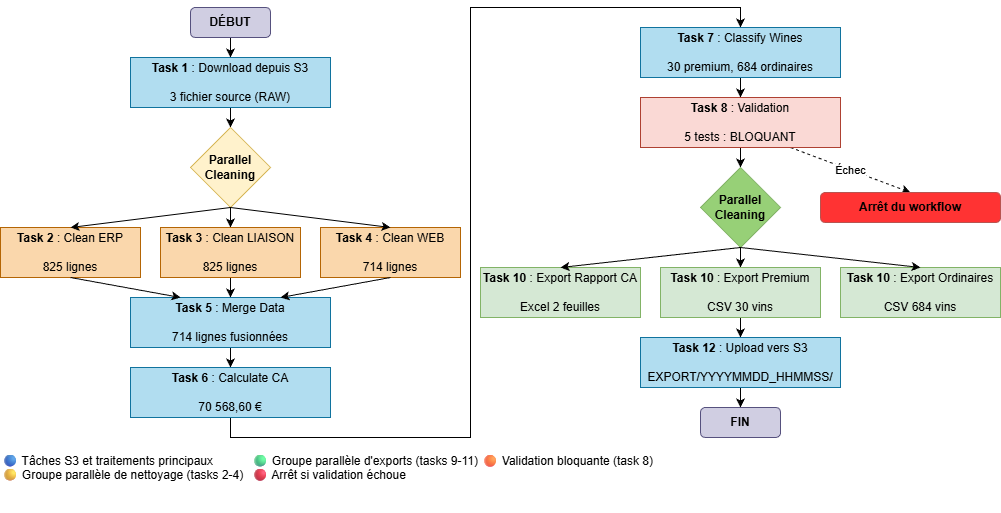
This is P10_Mettez_en_place_le_pipeline_d_orchestration_des_flux_aymeric_bailleul/_projet/_livrables/ABAI_P10_02_diagramme_flux_v3_20250116.png from merais/formation, a draw.io export, as it was before one commit. Source tidied: cells renumbered, new cells last; positions are measured from the earlier drawing's top-left corner, leaving out a move shared by most shapes.
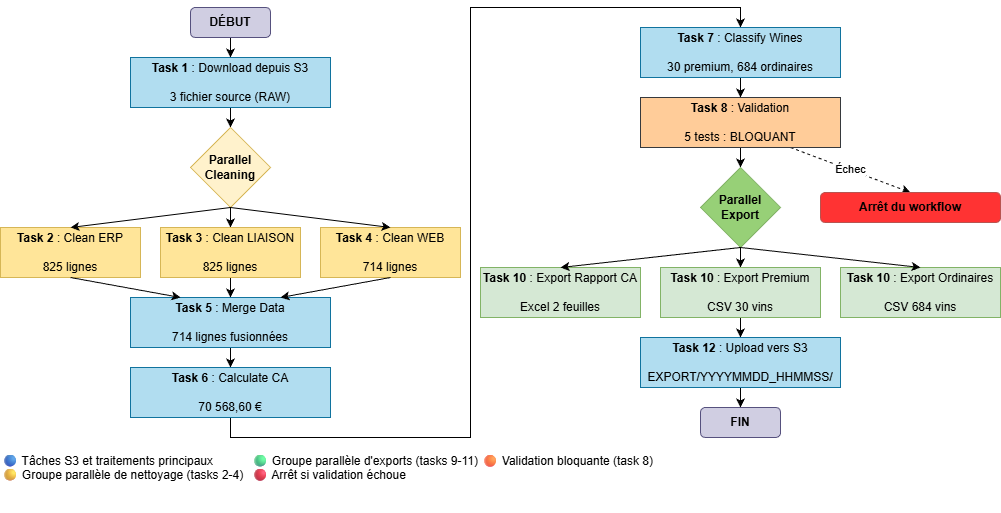
The same file after the commit.

What changed in the source:
```diff
@@ -20,16 +20,16 @@
     <mxCell id="7" value="Parallel&lt;div&gt;Cleaning&lt;/div&gt;" style="rhombus;whiteSpace=wrap;html=1;fillColor=#fff2cc;gradientColor=none;strokeColor=#d6b656;fontStyle=1;" parent="1" vertex="1">
       <mxGeometry x="190" y="120" width="80" height="80" as="geometry" />
     </mxCell>
-    <mxCell id="8" value="&lt;b&gt;Task 2&lt;/b&gt; : Clean ERP&lt;div&gt;&lt;br&gt;&lt;/div&gt;&lt;div&gt;825 lignes&lt;/div&gt;" style="rounded=0;whiteSpace=wrap;html=1;fillColor=#fad7ac;strokeColor=#b46504;" parent="1" vertex="1">
+    <mxCell id="8" value="&lt;b&gt;Task 2&lt;/b&gt; : Clean ERP&lt;div&gt;&lt;br&gt;&lt;/div&gt;&lt;div&gt;825 lignes&lt;/div&gt;" style="rounded=0;whiteSpace=wrap;html=1;fillColor=#FFE599;strokeColor=#d6b656;" parent="1" vertex="1">
       <mxGeometry y="220" width="140" height="50" as="geometry" />
     </mxCell>
     <mxCell id="9" style="edgeStyle=orthogonalEdgeStyle;rounded=0;jettySize=auto;html=1;exitX=0.5;exitY=1;exitDx=0;exitDy=0;entryX=0.5;entryY=0;entryDx=0;entryDy=0;" parent="1" edge="1" source="10" target="13">
       <mxGeometry relative="1" as="geometry" />
     </mxCell>
-    <mxCell id="10" value="&lt;b&gt;Task 3&lt;/b&gt;&amp;nbsp;: Clean LIAISON&lt;div&gt;&lt;br&gt;&lt;/div&gt;&lt;div&gt;825 lignes&lt;/div&gt;" style="rounded=0;whiteSpace=wrap;html=1;fillColor=#fad7ac;strokeColor=#b46504;" parent="1" vertex="1">
+    <mxCell id="10" value="&lt;b&gt;Task 3&lt;/b&gt;&amp;nbsp;: Clean LIAISON&lt;div&gt;&lt;br&gt;&lt;/div&gt;&lt;div&gt;825 lignes&lt;/div&gt;" style="rounded=0;whiteSpace=wrap;html=1;fillColor=#FFE599;strokeColor=#d6b656;" parent="1" vertex="1">
       <mxGeometry x="160" y="220" width="140" height="50" as="geometry" />
     </mxCell>
-    <mxCell id="11" value="&lt;b&gt;Task 4&lt;/b&gt;&amp;nbsp;: Clean WEB&lt;div&gt;&lt;br&gt;&lt;/div&gt;&lt;div&gt;714 lignes&lt;/div&gt;" style="rounded=0;whiteSpace=wrap;html=1;fillColor=#fad7ac;strokeColor=#b46504;" parent="1" vertex="1">
+    <mxCell id="11" value="&lt;b&gt;Task 4&lt;/b&gt;&amp;nbsp;: Clean WEB&lt;div&gt;&lt;br&gt;&lt;/div&gt;&lt;div&gt;714 lignes&lt;/div&gt;" style="rounded=0;whiteSpace=wrap;html=1;fillColor=#FFE599;strokeColor=#d6b656;" parent="1" vertex="1">
       <mxGeometry x="320" y="220" width="140" height="50" as="geometry" />
     </mxCell>
     <mxCell id="12" style="edgeStyle=orthogonalEdgeStyle;rounded=0;jettySize=auto;html=1;exitX=0.5;exitY=1;exitDx=0;exitDy=0;entryX=0.5;entryY=0;entryDx=0;entryDy=0;" parent="1" edge="1" source="13" target="19">
@@ -75,7 +75,7 @@
     <mxCell id="23" value="Échec" style="rounded=0;jettySize=auto;html=1;exitX=0.75;exitY=1;exitDx=0;exitDy=0;entryX=0.5;entryY=0;entryDx=0;entryDy=0;dashed=1;" parent="1" edge="1" source="24" target="25">
       <mxGeometry relative="1" as="geometry" />
     </mxCell>
-    <mxCell id="24" value="&lt;b&gt;Task 8&lt;/b&gt;&amp;nbsp;: Validation&lt;div&gt;&lt;br&gt;&lt;div&gt;5 tests : BLOQUANT&lt;/div&gt;&lt;/div&gt;" style="rounded=0;whiteSpace=wrap;html=1;verticalAlign=middle;fillColor=#fad9d5;strokeColor=#ae4132;" parent="1" vertex="1">
+    <mxCell id="24" value="&lt;b&gt;Task 8&lt;/b&gt;&amp;nbsp;: Validation&lt;div&gt;&lt;br&gt;&lt;div&gt;5 tests : BLOQUANT&lt;/div&gt;&lt;/div&gt;" style="rounded=0;whiteSpace=wrap;html=1;verticalAlign=middle;fillColor=#ffcc99;strokeColor=#36393d;" parent="1" vertex="1">
       <mxGeometry x="640" y="90" width="200" height="50" as="geometry" />
     </mxCell>
     <mxCell id="25" value="&lt;b&gt;Arrêt du workflow&lt;/b&gt;" style="rounded=1;whiteSpace=wrap;html=1;fillColor=#FF3333;strokeColor=#b85450;gradientColor=none;" parent="1" vertex="1">
@@ -84,7 +84,7 @@
     <mxCell id="26" style="edgeStyle=orthogonalEdgeStyle;rounded=0;jettySize=auto;html=1;exitX=0.5;exitY=1;exitDx=0;exitDy=0;entryX=0.5;entryY=0;entryDx=0;entryDy=0;" parent="1" edge="1" source="27" target="29">
       <mxGeometry relative="1" as="geometry" />
     </mxCell>
-    <mxCell id="27" value="Parallel&lt;div&gt;Cleaning&lt;/div&gt;" style="rhombus;whiteSpace=wrap;html=1;fillColor=#97D077;strokeColor=#82b366;fontStyle=1;" parent="1" vertex="1">
+    <mxCell id="27" value="Parallel&lt;div&gt;Export&lt;/div&gt;" style="rhombus;whiteSpace=wrap;html=1;fillColor=#97D077;strokeColor=#82b366;fontStyle=1;" parent="1" vertex="1">
       <mxGeometry x="700" y="160" width="80" height="80" as="geometry" />
     </mxCell>
     <mxCell id="28" style="edgeStyle=orthogonalEdgeStyle;rounded=0;jettySize=auto;html=1;exitX=0.5;exitY=1;exitDx=0;exitDy=0;entryX=0.5;entryY=0;entryDx=0;entryDy=0;" parent="1" edge="1" source="29" target="35">
```
